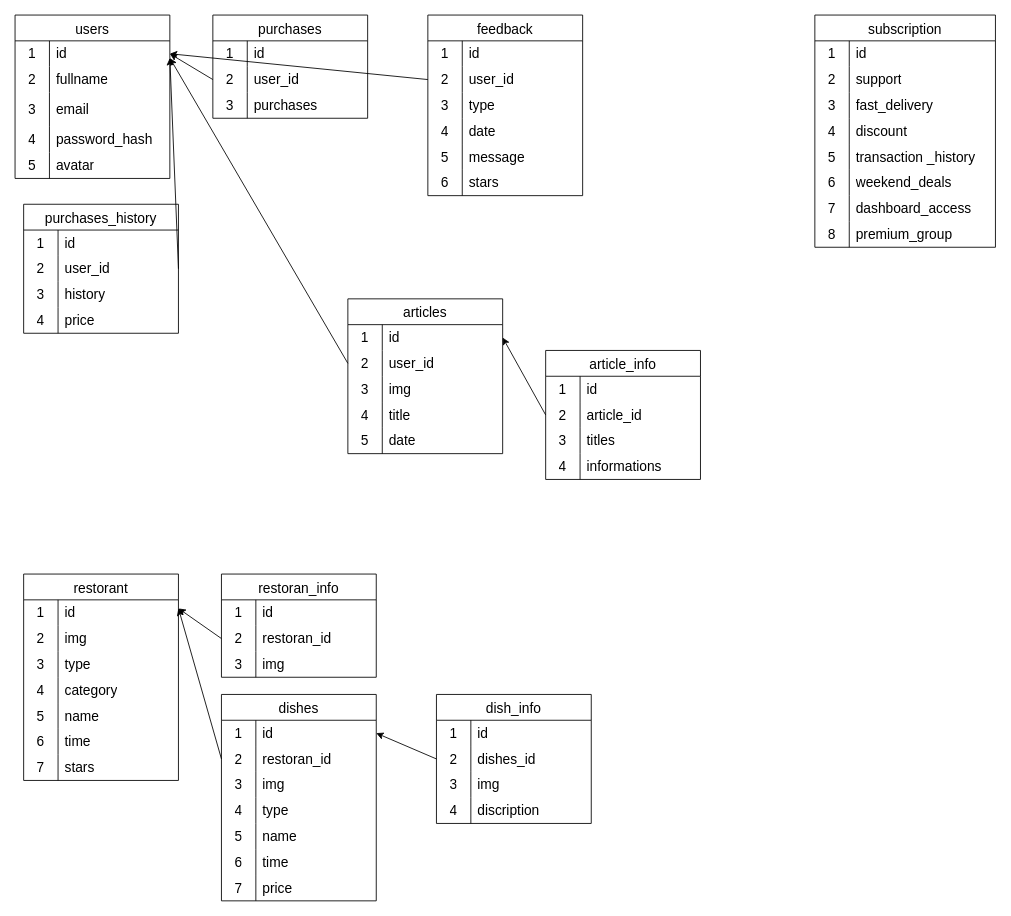
The draw.io diagram api/src/database/.drawio in BlackDarkes/Eatly, before the edit. Source tidied: cells renumbered, new cells numbered last; positions are measured from the earlier drawing's top-left corner, leaving out a move shared by most shapes. Both pictures are drawn from the tidied source at 86%, with x=0, y=0 at pixel (15, 15).
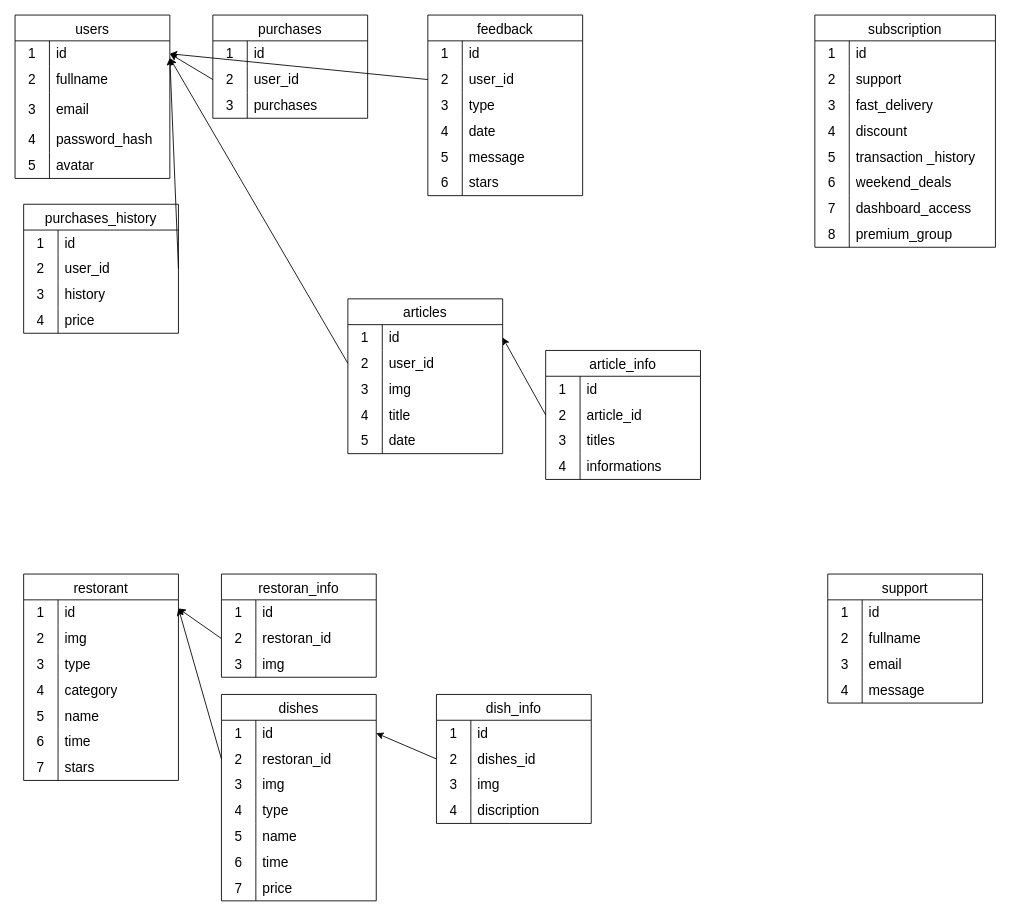
The same page after the edit.

Change to the diagram source:
```diff
@@
+    <mxCell id="189" value="support" style="shape=table;startSize=30;childLayout=tableLayout;rowLines=0;fontStyle=0;strokeColor=default;fontSize=16;" parent="1" vertex="1">
+      <mxGeometry x="945" y="650" width="180" height="150" as="geometry" />
+    </mxCell>
+    <mxCell id="190" style="shape=tableRow;horizontal=0;startSize=0;swimlaneHead=0;swimlaneBody=0;top=0;left=0;bottom=0;right=0;fillColor=none;strokeColor=inherit;fontSize=16;" parent="189" vertex="1">
+      <mxGeometry y="30" width="180" height="30" as="geometry" />
+    </mxCell>
+    <mxCell id="191" value="1" style="shape=partialRectangle;html=1;whiteSpace=wrap;fillColor=none;top=0;left=0;bottom=0;right=0;overflow=hidden;strokeColor=inherit;fontSize=16;" parent="190" vertex="1">
+      <mxGeometry width="40" height="30" as="geometry" />
+    </mxCell>
+    <mxCell id="192" value="id" style="shape=partialRectangle;html=1;whiteSpace=wrap;fillColor=none;top=0;left=0;bottom=0;right=0;align=left;spacingLeft=6;overflow=hidden;strokeColor=inherit;fontSize=16;" parent="190" vertex="1">
+      <mxGeometry x="40" width="140" height="30" as="geometry" />
+    </mxCell>
+    <mxCell id="193" style="shape=tableRow;horizontal=0;startSize=0;swimlaneHead=0;swimlaneBody=0;top=0;left=0;bottom=0;right=0;fillColor=none;strokeColor=inherit;fontSize=16;" parent="189" vertex="1">
+      <mxGeometry y="60" width="180" height="30" as="geometry" />
+    </mxCell>
+    <mxCell id="194" value="2" style="shape=partialRectangle;html=1;whiteSpace=wrap;fillColor=none;top=0;left=0;bottom=0;right=0;overflow=hidden;strokeColor=inherit;fontSize=16;" parent="193" vertex="1">
+      <mxGeometry width="40" height="30" as="geometry" />
+    </mxCell>
+    <mxCell id="195" value="fullname" style="shape=partialRectangle;html=1;whiteSpace=wrap;fillColor=none;top=0;left=0;bottom=0;right=0;align=left;spacingLeft=6;overflow=hidden;strokeColor=inherit;fontSize=16;" parent="193" vertex="1">
+      <mxGeometry x="40" width="140" height="30" as="geometry" />
+    </mxCell>
+    <mxCell id="196" style="shape=tableRow;horizontal=0;startSize=0;swimlaneHead=0;swimlaneBody=0;top=0;left=0;bottom=0;right=0;fillColor=none;strokeColor=inherit;fontSize=16;" parent="189" vertex="1">
+      <mxGeometry y="90" width="180" height="30" as="geometry" />
+    </mxCell>
+    <mxCell id="197" value="3" style="shape=partialRectangle;html=1;whiteSpace=wrap;fillColor=none;top=0;left=0;bottom=0;right=0;overflow=hidden;strokeColor=inherit;fontSize=16;" parent="196" vertex="1">
+      <mxGeometry width="40" height="30" as="geometry" />
+    </mxCell>
+    <mxCell id="198" value="email" style="shape=partialRectangle;html=1;whiteSpace=wrap;fillColor=none;top=0;left=0;bottom=0;right=0;align=left;spacingLeft=6;overflow=hidden;strokeColor=inherit;fontSize=16;" parent="196" vertex="1">
+      <mxGeometry x="40" width="140" height="30" as="geometry" />
+    </mxCell>
+    <mxCell id="199" style="shape=tableRow;horizontal=0;startSize=0;swimlaneHead=0;swimlaneBody=0;top=0;left=0;bottom=0;right=0;fillColor=none;strokeColor=inherit;fontSize=16;" parent="189" vertex="1">
+      <mxGeometry y="120" width="180" height="30" as="geometry" />
+    </mxCell>
+    <mxCell id="200" value="4" style="shape=partialRectangle;html=1;whiteSpace=wrap;fillColor=none;top=0;left=0;bottom=0;right=0;overflow=hidden;strokeColor=inherit;fontSize=16;" parent="199" vertex="1">
+      <mxGeometry width="40" height="30" as="geometry" />
+    </mxCell>
+    <mxCell id="201" value="message" style="shape=partialRectangle;html=1;whiteSpace=wrap;fillColor=none;top=0;left=0;bottom=0;right=0;align=left;spacingLeft=6;overflow=hidden;strokeColor=inherit;fontSize=16;" parent="199" vertex="1">
+      <mxGeometry x="40" width="140" height="30" as="geometry" />
+    </mxCell>
```
